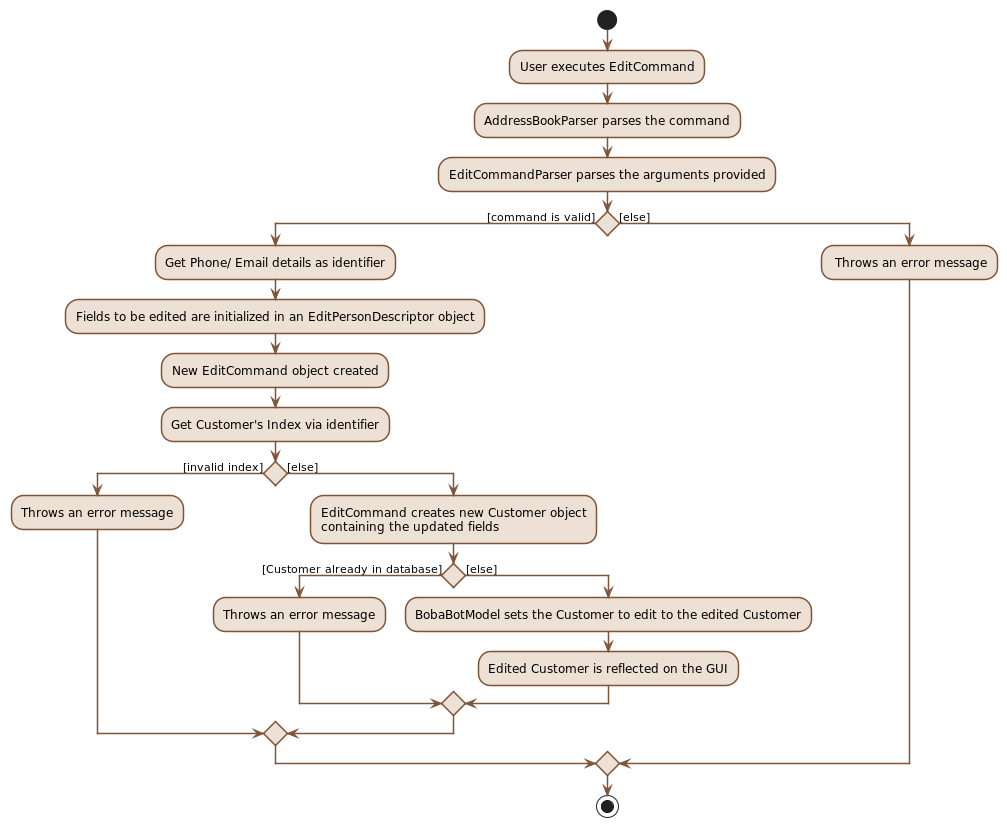
Above: docs/images/EditCommandActivityDiagram.png in nus-cs2103-AY2223S1/tp (PlantUML), before the change.
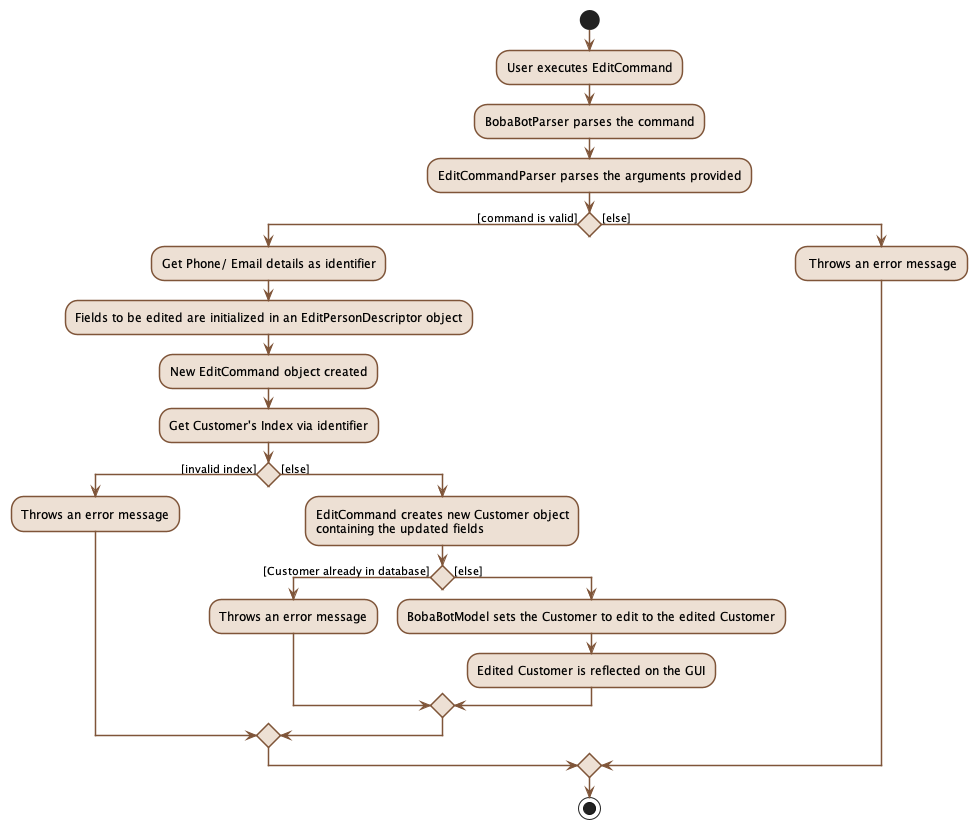
Above is the later version.

The edit, as a diff of the source:
```diff
@@ -7,7 +7,7 @@
     arrowColor #7F5539
 }
 :User executes EditCommand;
-:AddressBookParser parses the command;
+:BobaBotParser parses the command;
 :EditCommandParser parses the arguments provided;
 if () then ([command is valid])
     :Get Phone/ Email details as identifier;
```
